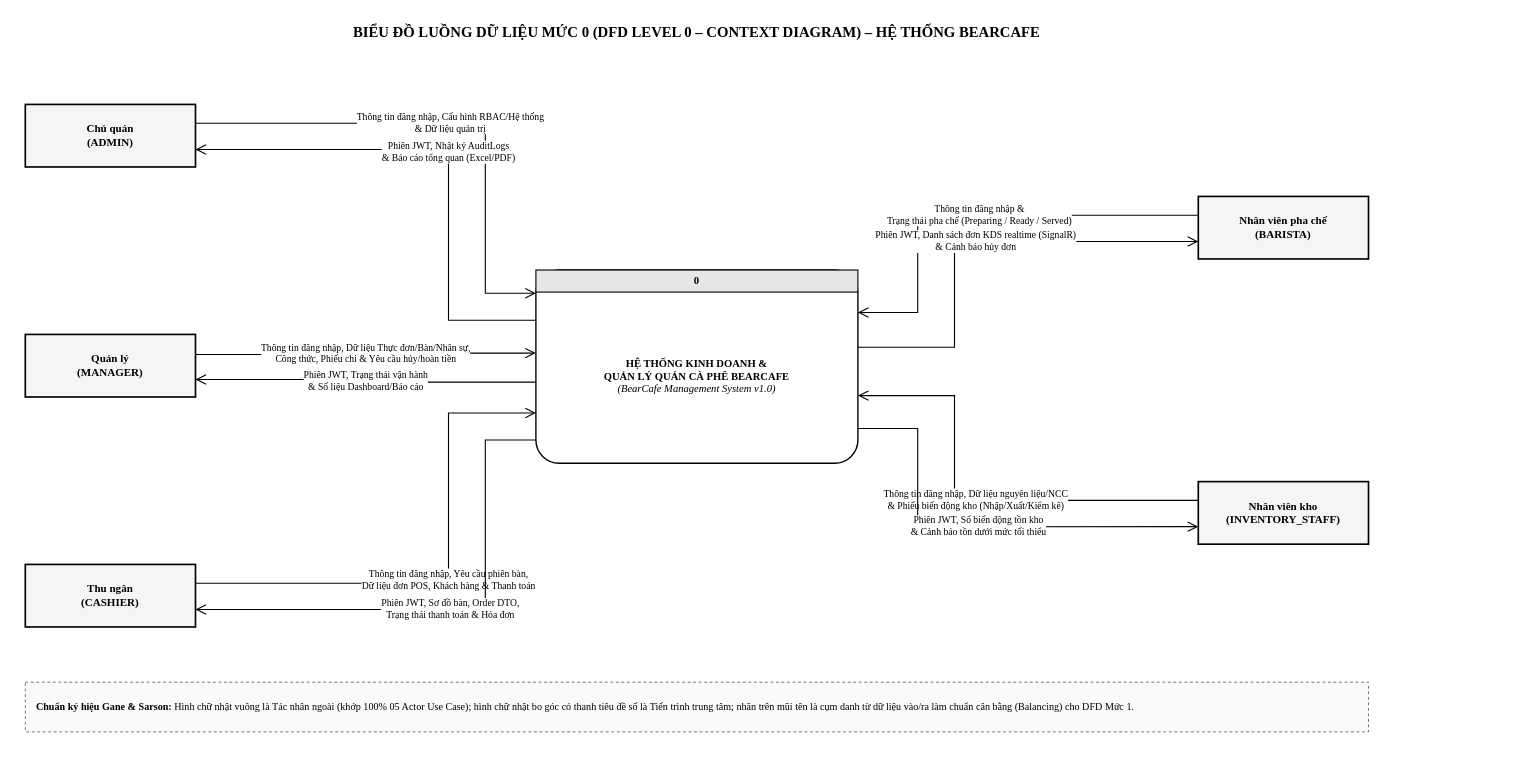
The draw.io diagram BaoCao_BearCafe/diagrams/07_DFD_Level0_NguCanh.drawio in Storqh/CNPM, before the edit. Source tidied: cells renumbered, new cells numbered last; positions are measured from the earlier drawing's top-left corner, leaving out a move shared by most shapes. Both pictures are drawn from the tidied source at 92%, with x=0, y=0 at pixel (25, 16).
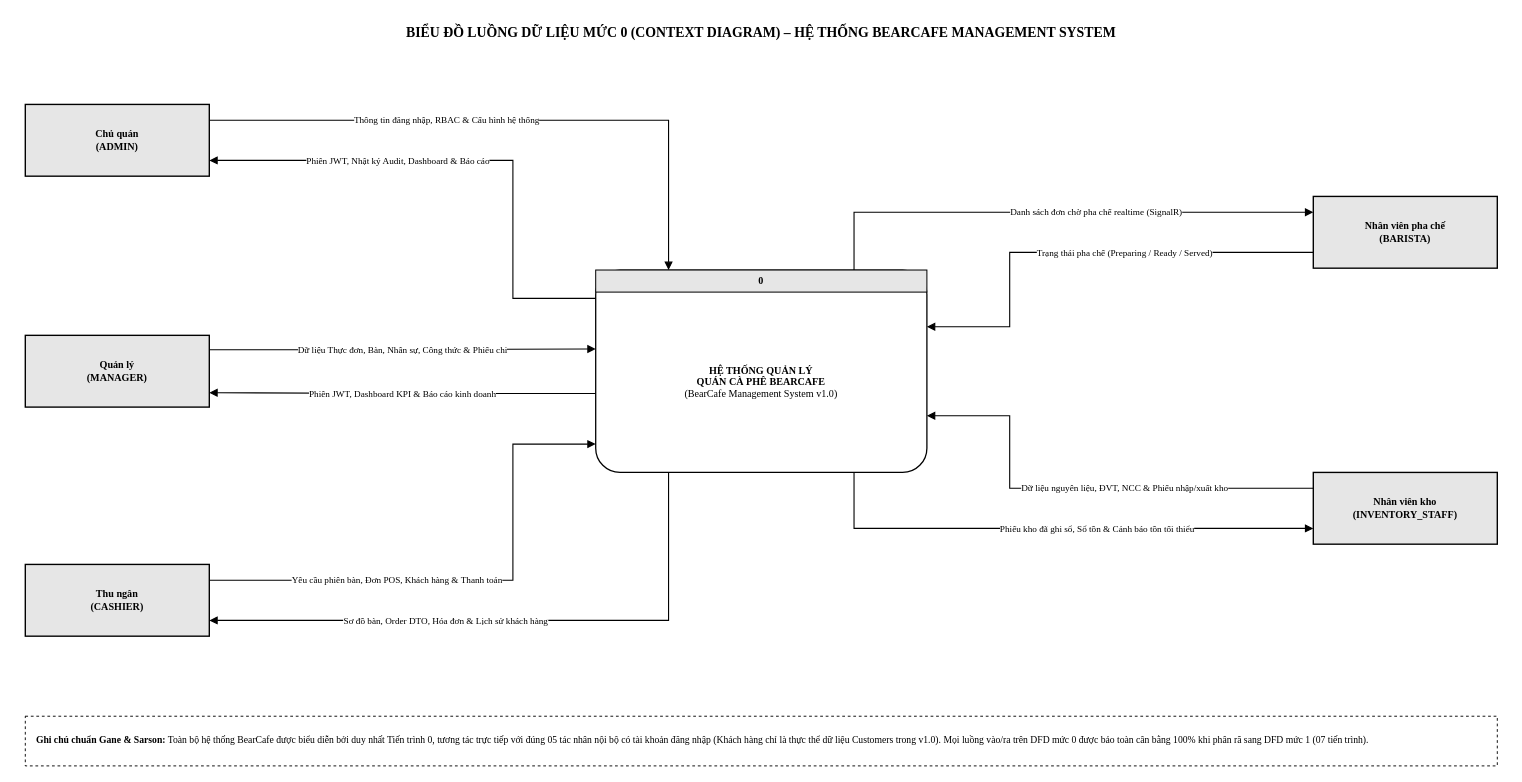
The same diagram, later.

Change to the diagram source:
```diff
@@
-    <mxCell id="2" value="BIỂU ĐỒ LUỒNG DỮ LIỆU MỨC 0 (DFD LEVEL 0 – CONTEXT DIAGRAM) – HỆ THỐNG BEARCAFE" style="text;html=1;strokeColor=none;fillColor=none;align=center;verticalAlign=middle;whiteSpace=wrap;fontFamily=Times New Roman;fontSize=16;fontStyle=1;fontColor=#000000;" parent="1" vertex="1">
-      <mxGeometry width="1460" height="34" as="geometry" />
+    <mxCell id="2" value="BIỂU ĐỒ LUỒNG DỮ LIỆU MỨC 0 (CONTEXT DIAGRAM) – HỆ THỐNG BEARCAFE MANAGEMENT SYSTEM" style="text;html=1;align=center;verticalAlign=middle;whiteSpace=wrap;rounded=0;fontFamily=Times New Roman;fontSize=15;fontStyle=1;fontColor=#000000;" parent="1" vertex="1">
+      <mxGeometry x="-10" width="1620" height="34" as="geometry" />
     </mxCell>
-    <mxCell id="3" style="rounded=1;arcSize=12;whiteSpace=wrap;html=1;fillColor=#FFFFFF;strokeColor=#000000;strokeWidth=1.5;" parent="1" vertex="1">
-      <mxGeometry x="555" y="276" width="350" height="210" as="geometry" />
+    <mxCell id="3" style="rounded=1;arcSize=12;whiteSpace=wrap;html=1;fillColor=#FFFFFF;strokeColor=#000000;strokeWidth=1.4;fontFamily=Times New Roman;fontSize=11;fontColor=#000000;" parent="1" vertex="1">
+      <mxGeometry x="620" y="276" width="360" height="220" as="geometry" />
     </mxCell>
-    <mxCell id="4" value="0" style="rounded=0;whiteSpace=wrap;html=1;fillColor=#E6E6E6;strokeColor=#000000;strokeWidth=1.2;fontFamily=Times New Roman;fontSize=11.5;fontStyle=1;fontColor=#000000;align=center;verticalAlign=middle;" parent="3" vertex="1">
-      <mxGeometry width="350" height="24" as="geometry" />
+    <mxCell id="4" value="0" style="rounded=0;whiteSpace=wrap;html=1;fillColor=#E6E6E6;strokeColor=#000000;strokeWidth=1.1;fontFamily=Times New Roman;fontSize=11;fontStyle=1;fontColor=#000000;" parent="1" vertex="1">
+      <mxGeometry x="620" y="276" width="360" height="24" as="geometry" />
     </mxCell>
-    <mxCell id="5" value="&lt;b&gt;HỆ THỐNG KINH DOANH &amp;amp;&lt;br/&gt;QUẢN LÝ QUÁN CÀ PHÊ BEARCAFE&lt;/b&gt;&lt;br/&gt;&lt;i&gt;(BearCafe Management System v1.0)&lt;/i&gt;" style="text;html=1;strokeColor=none;fillColor=none;align=center;verticalAlign=middle;whiteSpace=wrap;fontFamily=Times New Roman;fontSize=11.5;fontColor=#000000;" parent="3" vertex="1">
-      <mxGeometry x="4" y="24" width="342" height="184" as="geometry" />
+    <mxCell id="5" value="&lt;b&gt;HỆ THỐNG QUẢN LÝ&lt;br/&gt;QUÁN CÀ PHÊ BEARCAFE&lt;/b&gt;&lt;br/&gt;(BearCafe Management System v1.0)" style="text;html=1;align=center;verticalAlign=middle;whiteSpace=wrap;rounded=0;fontFamily=Times New Roman;fontSize=11;fontColor=#000000;" parent="1" vertex="1">
+      <mxGeometry x="626" y="301" width="348" height="193" as="geometry" />
     </mxCell>
-    <mxCell id="6" value="Chủ quán&lt;br/&gt;(ADMIN)" style="rounded=0;whiteSpace=wrap;html=1;fillColor=#F5F5F5;strokeColor=#000000;strokeWidth=1.8;fontFamily=Times New Roman;fontSize=12;fontStyle=1;fontColor=#000000;align=center;verticalAlign=middle;spacing=4;" parent="1" vertex="1">
-      <mxGeometry y="96" width="185" height="68" as="geometry" />
+    <mxCell id="6" value="Chủ quán&lt;br/&gt;(ADMIN)" style="rounded=0;whiteSpace=wrap;html=1;fillColor=#E6E6E6;strokeColor=#000000;strokeWidth=1.5;fontFamily=Times New Roman;fontSize=11;fontStyle=1;fontColor=#000000;" parent="1" vertex="1">
+      <mxGeometry y="96" width="200" height="78" as="geometry" />
     </mxCell>
-    <mxCell id="7" value="Quản lý&lt;br/&gt;(MANAGER)" style="rounded=0;whiteSpace=wrap;html=1;fillColor=#F5F5F5;strokeColor=#000000;strokeWidth=1.8;fontFamily=Times New Roman;fontSize=12;fontStyle=1;fontColor=#000000;align=center;verticalAlign=middle;spacing=4;" parent="1" vertex="1">
-      <mxGeometry y="346" width="185" height="68" as="geometry" />
+    <mxCell id="7" value="Quản lý&lt;br/&gt;(MANAGER)" style="rounded=0;whiteSpace=wrap;html=1;fillColor=#E6E6E6;strokeColor=#000000;strokeWidth=1.5;fontFamily=Times New Roman;fontSize=11;fontStyle=1;fontColor=#000000;" parent="1" vertex="1">
+      <mxGeometry y="347" width="200" height="78" as="geometry" />
     </mxCell>
-    <mxCell id="8" value="Thu ngân&lt;br/&gt;(CASHIER)" style="rounded=0;whiteSpace=wrap;html=1;fillColor=#F5F5F5;strokeColor=#000000;strokeWidth=1.8;fontFamily=Times New Roman;fontSize=12;fontStyle=1;fontColor=#000000;align=center;verticalAlign=middle;spacing=4;" parent="1" vertex="1">
-      <mxGeometry y="596" width="185" height="68" as="geometry" />
+    <mxCell id="8" value="Thu ngân&lt;br/&gt;(CASHIER)" style="rounded=0;whiteSpace=wrap;html=1;fillColor=#E6E6E6;strokeColor=#000000;strokeWidth=1.5;fontFamily=Times New Roman;fontSize=11;fontStyle=1;fontColor=#000000;" parent="1" vertex="1">
+      <mxGeometry y="596" width="200" height="78" as="geometry" />
     </mxCell>
-    <mxCell id="9" value="Nhân viên pha chế&lt;br/&gt;(BARISTA)" style="rounded=0;whiteSpace=wrap;html=1;fillColor=#F5F5F5;strokeColor=#000000;strokeWidth=1.8;fontFamily=Times New Roman;fontSize=12;fontStyle=1;fontColor=#000000;align=center;verticalAlign=middle;spacing=4;" parent="1" vertex="1">
-      <mxGeometry x="1275" y="196" width="185" height="68" as="geometry" />
+    <mxCell id="9" value="Nhân viên pha chế&lt;br/&gt;(BARISTA)" style="rounded=0;whiteSpace=wrap;html=1;fillColor=#E6E6E6;strokeColor=#000000;strokeWidth=1.5;fontFamily=Times New Roman;fontSize=11;fontStyle=1;fontColor=#000000;" parent="1" vertex="1">
+      <mxGeometry x="1400" y="196" width="200" height="78" as="geometry" />
     </mxCell>
-    <mxCell id="10" value="Nhân viên kho&lt;br/&gt;(INVENTORY_STAFF)" style="rounded=0;whiteSpace=wrap;html=1;fillColor=#F5F5F5;strokeColor=#000000;strokeWidth=1.8;fontFamily=Times New Roman;fontSize=12;fontStyle=1;fontColor=#000000;align=center;verticalAlign=middle;spacing=4;" parent="1" vertex="1">
-      <mxGeometry x="1275" y="506" width="185" height="68" as="geometry" />
+    <mxCell id="10" value="Nhân viên kho&lt;br/&gt;(INVENTORY_STAFF)" style="rounded=0;whiteSpace=wrap;html=1;fillColor=#E6E6E6;strokeColor=#000000;strokeWidth=1.5;fontFamily=Times New Roman;fontSize=11;fontStyle=1;fontColor=#000000;" parent="1" vertex="1">
+      <mxGeometry x="1400" y="496" width="200" height="78" as="geometry" />
     </mxCell>
-    <mxCell id="11" value="Thông tin đăng nhập, Cấu hình RBAC/Hệ thống&lt;br/&gt;&amp;amp; Dữ liệu quản trị" style="edgeStyle=orthogonalEdgeStyle;rounded=0;jettySize=auto;html=1;endArrow=open;endSize=9;strokeColor=#000000;strokeWidth=1.2;fontFamily=Times New Roman;fontSize=10.5;fontColor=#000000;labelBackgroundColor=#FFFFFF;exitX=1;exitY=0.3;entryX=0;entryY=0.12;" parent="1" edge="1" source="6" target="3">
-      <mxGeometry relative="1" as="geometry">
+    <mxCell id="11" value="Thông tin đăng nhập, RBAC &amp;amp; Cấu hình hệ thống" style="edgeStyle=orthogonalEdgeStyle;rounded=0;jettySize=auto;html=1;strokeColor=#000000;strokeWidth=1.2;endArrow=block;endFill=1;fontFamily=Times New Roman;fontSize=10;fontColor=#000000;labelBackgroundColor=#FFFFFF;exitX=1;exitY=0.22;entryX=0.22;entryY=0;" parent="1" edge="1" source="6" target="3">
+      <mxGeometry x="-0.22" relative="1" as="geometry">
         <Array as="points">
-          <mxPoint x="500" y="116" />
-          <mxPoint x="500" y="301" />
+          <mxPoint x="699" y="113" />
         </Array>
       </mxGeometry>
     </mxCell>
-    <mxCell id="12" value="Phiên JWT, Nhật ký AuditLogs&lt;br/&gt;&amp;amp; Báo cáo tổng quan (Excel/PDF)" style="edgeStyle=orthogonalEdgeStyle;rounded=0;jettySize=auto;html=1;endArrow=open;endSize=9;strokeColor=#000000;strokeWidth=1.2;fontFamily=Times New Roman;fontSize=10.5;fontColor=#000000;labelBackgroundColor=#FFFFFF;exitX=0;exitY=0.26;entryX=1;entryY=0.72;" parent="1" edge="1" source="3" target="6">
-      <mxGeometry relative="1" as="geometry">
+    <mxCell id="12" value="Phiên JWT, Nhật ký Audit, Dashboard &amp;amp; Báo cáo" style="edgeStyle=orthogonalEdgeStyle;rounded=0;jettySize=auto;html=1;strokeColor=#000000;strokeWidth=1.2;endArrow=block;endFill=1;fontFamily=Times New Roman;fontSize=10;fontColor=#000000;labelBackgroundColor=#FFFFFF;exitX=0;exitY=0.14;entryX=1;entryY=0.78;" parent="1" edge="1" source="3" target="6">
+      <mxGeometry x="0.28" relative="1" as="geometry">
         <Array as="points">
-          <mxPoint x="460" y="331" />
-          <mxPoint x="460" y="145" />
+          <mxPoint x="530" y="307" />
+          <mxPoint x="530" y="157" />
         </Array>
       </mxGeometry>
     </mxCell>
-    <mxCell id="13" value="Thông tin đăng nhập, Dữ liệu Thực đơn/Bàn/Nhân sự,&lt;br/&gt;Công thức, Phiếu chi &amp;amp; Yêu cầu hủy/hoàn tiền" style="edgeStyle=orthogonalEdgeStyle;rounded=0;jettySize=auto;html=1;endArrow=open;endSize=9;strokeColor=#000000;strokeWidth=1.2;fontFamily=Times New Roman;fontSize=10.5;fontColor=#000000;labelBackgroundColor=#FFFFFF;exitX=1;exitY=0.32;entryX=0;entryY=0.43;" parent="1" edge="1" source="7" target="3">
+    <mxCell id="13" value="Dữ liệu Thực đơn, Bàn, Nhân sự, Công thức &amp;amp; Phiếu chi" style="edgeStyle=orthogonalEdgeStyle;rounded=0;jettySize=auto;html=1;strokeColor=#000000;strokeWidth=1.2;endArrow=block;endFill=1;fontFamily=Times New Roman;fontSize=10;fontColor=#000000;labelBackgroundColor=#FFFFFF;exitX=1;exitY=0.20;entryX=0;entryY=0.39;" parent="1" edge="1" source="7" target="3">
       <mxGeometry relative="1" as="geometry" />
     </mxCell>
-    <mxCell id="14" value="Phiên JWT, Trạng thái vận hành&lt;br/&gt;&amp;amp; Số liệu Dashboard/Báo cáo" style="edgeStyle=orthogonalEdgeStyle;rounded=0;jettySize=auto;html=1;endArrow=open;endSize=9;strokeColor=#000000;strokeWidth=1.2;fontFamily=Times New Roman;fontSize=10.5;fontColor=#000000;labelBackgroundColor=#FFFFFF;exitX=0;exitY=0.58;entryX=1;entryY=0.72;" parent="1" edge="1" source="3" target="7">
+    <mxCell id="14" value="Phiên JWT, Dashboard KPI &amp;amp; Báo cáo kinh doanh" style="edgeStyle=orthogonalEdgeStyle;rounded=0;jettySize=auto;html=1;strokeColor=#000000;strokeWidth=1.2;endArrow=block;endFill=1;fontFamily=Times New Roman;fontSize=10;fontColor=#000000;labelBackgroundColor=#FFFFFF;exitX=0;exitY=0.61;entryX=1;entryY=0.80;" parent="1" edge="1" source="3" target="7">
       <mxGeometry relative="1" as="geometry" />
     </mxCell>
-    <mxCell id="15" value="Thông tin đăng nhập, Yêu cầu phiên bàn,&lt;br/&gt;Dữ liệu đơn POS, Khách hàng &amp;amp; Thanh toán" style="edgeStyle=orthogonalEdgeStyle;rounded=0;jettySize=auto;html=1;endArrow=open;endSize=9;strokeColor=#000000;strokeWidth=1.2;fontFamily=Times New Roman;fontSize=10.5;fontColor=#000000;labelBackgroundColor=#FFFFFF;exitX=1;exitY=0.3;entryX=0;entryY=0.74;" parent="1" edge="1" source="8" target="3">
-      <mxGeometry relative="1" as="geometry">
+    <mxCell id="15" value="Yêu cầu phiên bàn, Đơn POS, Khách hàng &amp;amp; Thanh toán" style="edgeStyle=orthogonalEdgeStyle;rounded=0;jettySize=auto;html=1;strokeColor=#000000;strokeWidth=1.2;endArrow=block;endFill=1;fontFamily=Times New Roman;fontSize=10;fontColor=#000000;labelBackgroundColor=#FFFFFF;exitX=1;exitY=0.22;entryX=0;entryY=0.86;" parent="1" edge="1" source="8" target="3">
+      <mxGeometry x="-0.28" relative="1" as="geometry">
         <Array as="points">
-          <mxPoint x="460" y="616" />
-          <mxPoint x="460" y="431" />
+          <mxPoint x="530" y="613" />
+          <mxPoint x="530" y="465" />
         </Array>
       </mxGeometry>
     </mxCell>
-    <mxCell id="16" value="Phiên JWT, Sơ đồ bàn, Order DTO,&lt;br/&gt;Trạng thái thanh toán &amp;amp; Hóa đơn" style="edgeStyle=orthogonalEdgeStyle;rounded=0;jettySize=auto;html=1;endArrow=open;endSize=9;strokeColor=#000000;strokeWidth=1.2;fontFamily=Times New Roman;fontSize=10.5;fontColor=#000000;labelBackgroundColor=#FFFFFF;exitX=0;exitY=0.88;entryX=1;entryY=0.72;" parent="1" edge="1" source="3" target="8">
-      <mxGeometry relative="1" as="geometry">
+    <mxCell id="16" value="Sơ đồ bàn, Order DTO, Hóa đơn &amp;amp; Lịch sử khách hàng" style="edgeStyle=orthogonalEdgeStyle;rounded=0;jettySize=auto;html=1;strokeColor=#000000;strokeWidth=1.2;endArrow=block;endFill=1;fontFamily=Times New Roman;fontSize=10;fontColor=#000000;labelBackgroundColor=#FFFFFF;exitX=0.22;exitY=1;entryX=1;entryY=0.78;" parent="1" edge="1" source="3" target="8">
+      <mxGeometry x="0.22" relative="1" as="geometry">
         <Array as="points">
-          <mxPoint x="500" y="461" />
-          <mxPoint x="500" y="645" />
+          <mxPoint x="699" y="657" />
         </Array>
       </mxGeometry>
     </mxCell>
+    <mxCell id="18" value="Danh sách đơn chờ pha chế realtime (SignalR)" style="edgeStyle=orthogonalEdgeStyle;rounded=0;jettySize=auto;html=1;strokeColor=#000000;strokeWidth=1.2;endArrow=block;endFill=1;fontFamily=Times New Roman;fontSize=10;fontColor=#000000;labelBackgroundColor=#FFFFFF;exitX=0.78;exitY=0;entryX=0;entryY=0.22;" parent="1" edge="1" source="3" target="9">
+      <mxGeometry x="0.16" relative="1" as="geometry">
+        <Array as="points">
+          <mxPoint x="901" y="213" />
+        </Array>
+      </mxGeometry>
+    </mxCell>
-    <mxCell id="17" value="Thông tin đăng nhập &amp;amp;&lt;br/&gt;Trạng thái pha chế (Preparing / Ready / Served)" style="edgeStyle=orthogonalEdgeStyle;rounded=0;jettySize=auto;html=1;endArrow=open;endSize=9;strokeColor=#000000;strokeWidth=1.2;fontFamily=Times New Roman;fontSize=10.5;fontColor=#000000;labelBackgroundColor=#FFFFFF;exitX=0;exitY=0.3;entryX=1;entryY=0.22;" parent="1" edge="1" source="9" target="3">
-      <mxGeometry relative="1" as="geometry">
+    <mxCell id="17" value="Trạng thái pha chế (Preparing / Ready / Served)" style="edgeStyle=orthogonalEdgeStyle;rounded=0;jettySize=auto;html=1;strokeColor=#000000;strokeWidth=1.2;endArrow=block;endFill=1;fontFamily=Times New Roman;fontSize=10;fontColor=#000000;labelBackgroundColor=#FFFFFF;exitX=0;exitY=0.78;entryX=1;entryY=0.28;" parent="1" edge="1" source="9" target="3">
+      <mxGeometry x="-0.18" relative="1" as="geometry">
         <Array as="points">
-          <mxPoint x="970" y="216" />
-          <mxPoint x="970" y="322" />
+          <mxPoint x="1070" y="257" />
+          <mxPoint x="1070" y="338" />
         </Array>
       </mxGeometry>
     </mxCell>
-    <mxCell id="18" value="Phiên JWT, Danh sách đơn KDS realtime (SignalR)&lt;br/&gt;&amp;amp; Cảnh báo hủy đơn" style="edgeStyle=orthogonalEdgeStyle;rounded=0;jettySize=auto;html=1;endArrow=open;endSize=9;strokeColor=#000000;strokeWidth=1.2;fontFamily=Times New Roman;fontSize=10.5;fontColor=#000000;labelBackgroundColor=#FFFFFF;exitX=1;exitY=0.4;entryX=0;entryY=0.72;" parent="1" edge="1" source="3" target="9">
-      <mxGeometry relative="1" as="geometry">
-        <Array as="points">
-          <mxPoint x="1010" y="360" />
-          <mxPoint x="1010" y="245" />
-        </Array>
-      </mxGeometry>
-    </mxCell>
-    <mxCell id="19" value="Thông tin đăng nhập, Dữ liệu nguyên liệu/NCC&lt;br/&gt;&amp;amp; Phiếu biến động kho (Nhập/Xuất/Kiểm kê)" style="edgeStyle=orthogonalEdgeStyle;rounded=0;jettySize=auto;html=1;endArrow=open;endSize=9;strokeColor=#000000;strokeWidth=1.2;fontFamily=Times New Roman;fontSize=10.5;fontColor=#000000;labelBackgroundColor=#FFFFFF;exitX=0;exitY=0.3;entryX=1;entryY=0.65;" parent="1" edge="1" source="10" target="3">
-      <mxGeometry relative="1" as="geometry">
+    <mxCell id="19" value="Dữ liệu nguyên liệu, ĐVT, NCC &amp;amp; Phiếu nhập/xuất kho" style="edgeStyle=orthogonalEdgeStyle;rounded=0;jettySize=auto;html=1;strokeColor=#000000;strokeWidth=1.2;endArrow=block;endFill=1;fontFamily=Times New Roman;fontSize=10;fontColor=#000000;labelBackgroundColor=#FFFFFF;exitX=0;exitY=0.22;entryX=1;entryY=0.72;" parent="1" edge="1" source="10" target="3">
+      <mxGeometry x="-0.18" relative="1" as="geometry">
         <Array as="points">
-          <mxPoint x="1010" y="526" />
-          <mxPoint x="1010" y="412" />
+          <mxPoint x="1070" y="513" />
+          <mxPoint x="1070" y="434" />
         </Array>
       </mxGeometry>
     </mxCell>
-    <mxCell id="20" value="Phiên JWT, Sổ biến động tồn kho&lt;br/&gt;&amp;amp; Cảnh báo tồn dưới mức tối thiểu" style="edgeStyle=orthogonalEdgeStyle;rounded=0;jettySize=auto;html=1;endArrow=open;endSize=9;strokeColor=#000000;strokeWidth=1.2;fontFamily=Times New Roman;fontSize=10.5;fontColor=#000000;labelBackgroundColor=#FFFFFF;exitX=1;exitY=0.82;entryX=0;entryY=0.72;" parent="1" edge="1" source="3" target="10">
-      <mxGeometry relative="1" as="geometry">
+    <mxCell id="20" value="Phiếu kho đã ghi sổ, Sổ tồn &amp;amp; Cảnh báo tồn tối thiểu" style="edgeStyle=orthogonalEdgeStyle;rounded=0;jettySize=auto;html=1;strokeColor=#000000;strokeWidth=1.2;endArrow=block;endFill=1;fontFamily=Times New Roman;fontSize=10;fontColor=#000000;labelBackgroundColor=#FFFFFF;exitX=0.78;exitY=1;entryX=0;entryY=0.78;" parent="1" edge="1" source="3" target="10">
+      <mxGeometry x="0.16" relative="1" as="geometry">
         <Array as="points">
-          <mxPoint x="970" y="448" />
-          <mxPoint x="970" y="555" />
+          <mxPoint x="901" y="557" />
         </Array>
       </mxGeometry>
     </mxCell>
-    <mxCell id="21" value="&lt;b&gt;Chuẩn ký hiệu Gane &amp;amp; Sarson:&lt;/b&gt; Hình chữ nhật vuông là Tác nhân ngoài (khớp 100% 05 Actor Use Case); hình chữ nhật bo góc có thanh tiêu đề số là Tiến trình trung tâm; nhãn trên mũi tên là cụm danh từ dữ liệu vào/ra làm chuẩn cân bằng (Balancing) cho DFD Mức 1." style="rounded=0;whiteSpace=wrap;html=1;fillColor=#FAFAFA;strokeColor=#666666;strokeWidth=1;dashed=1;fontFamily=Times New Roman;fontSize=11;fontColor=#000000;align=left;spacingLeft=10;spacingRight=8;verticalAlign=middle;" parent="1" vertex="1">
-      <mxGeometry y="724" width="1460" height="54" as="geometry" />
+    <mxCell id="21" value="&lt;b&gt;Ghi chú chuẩn Gane &amp;amp; Sarson:&lt;/b&gt; Toàn bộ hệ thống BearCafe được biểu diễn bởi duy nhất Tiến trình 0, tương tác trực tiếp với đúng 05 tác nhân nội bộ có tài khoản đăng nhập (Khách hàng chỉ là thực thể dữ liệu Customers trong v1.0). Mọi luồng vào/ra trên DFD mức 0 được bảo toàn cân bằng 100% khi phân rã sang DFD mức 1 (07 tiến trình)." style="rounded=0;whiteSpace=wrap;html=1;fillColor=#FFFFFF;strokeColor=#000000;strokeWidth=1;dashed=1;fontFamily=Times New Roman;fontSize=10.5;fontColor=#000000;align=left;verticalAlign=middle;spacingLeft=10;spacingRight=8;" parent="1" vertex="1">
+      <mxGeometry y="761" width="1600" height="54" as="geometry" />
     </mxCell>
```
